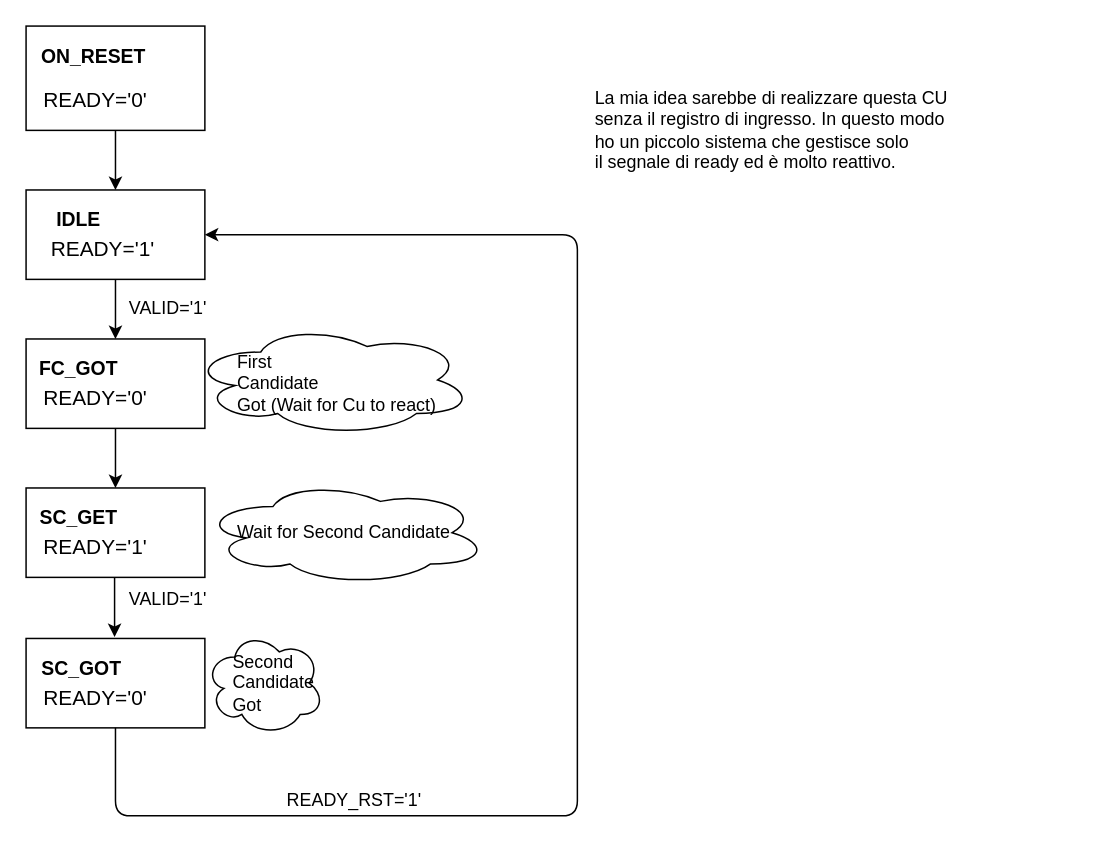
Before: page "READY_CU" (2 of 2) of control_unit/Extimator_CU_State_Diagram.drawio in CostantinoTaranto/AME_Block-Diagram, a draw.io diagram. Source tidied: cells renumbered, new cells numbered last; positions are measured from the earlier drawing's top-left corner, leaving out a move shared by most shapes. Both pictures are drawn from the tidied source at 149%, with x=0, y=0 at pixel (25, 25).
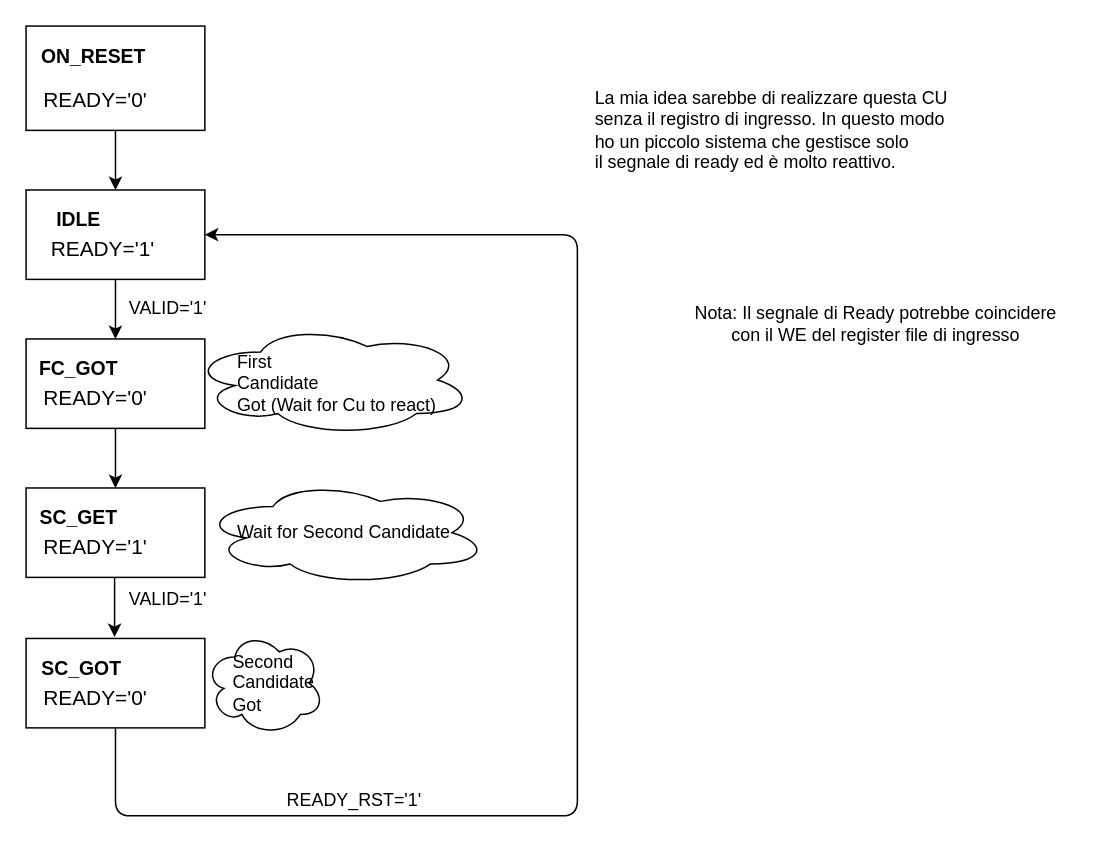
After the change.

Change to the diagram source:
```diff
@@
+    <mxCell id="32" value="Nota: Il segnale di Ready potrebbe coincidere&lt;br&gt;con il WE del register file di ingresso" style="text;html=1;align=center;verticalAlign=middle;" parent="1" vertex="1">
+      <mxGeometry x="440" y="185" width="260" height="30" as="geometry" />
+    </mxCell>
```
